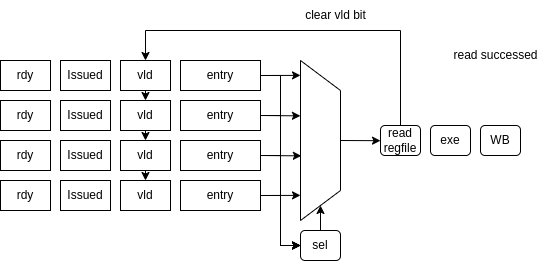
Earlier version of the draw.io export doc/RS.drawio.png (tastynoob/aura-core). Source tidied: cells renumbered, new cells last; positions are measured from the earlier drawing's top-left corner, leaving out a move shared by most shapes.
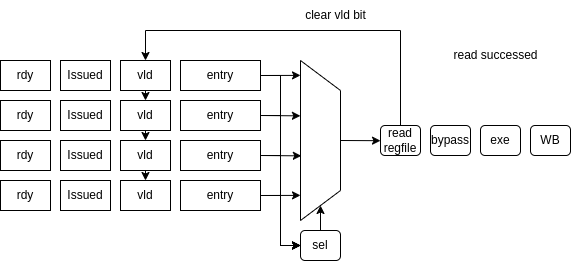
The same file after the commit.

What changed in the source:
```diff
@@ -84,10 +84,10 @@
       <mxGeometry x="380" y="125" width="40" height="30" as="geometry" />
     </mxCell>
     <mxCell id="20" value="exe" style="rounded=1;whiteSpace=wrap;html=1;" parent="1" vertex="1">
-      <mxGeometry x="430" y="125" width="40" height="30" as="geometry" />
+      <mxGeometry x="480" y="125" width="40" height="30" as="geometry" />
     </mxCell>
     <mxCell id="21" value="WB" style="rounded=1;whiteSpace=wrap;html=1;" parent="1" vertex="1">
-      <mxGeometry x="480" y="125" width="40" height="30" as="geometry" />
+      <mxGeometry x="530" y="125" width="40" height="30" as="geometry" />
     </mxCell>
     <mxCell id="22" value="Issued" style="rounded=0;whiteSpace=wrap;html=1;" parent="1" vertex="1">
       <mxGeometry x="60" y="60" width="50" height="30" as="geometry" />
@@ -140,5 +140,8 @@
     <mxCell id="38" value="read successed" style="text;html=1;align=center;verticalAlign=middle;strokeColor=none;fillColor=none;" parent="1" vertex="1">
       <mxGeometry x="440" y="40" width="110" height="30" as="geometry" />
     </mxCell>
+    <mxCell id="39" value="bypass" style="rounded=1;whiteSpace=wrap;html=1;" parent="1" vertex="1">
+      <mxGeometry x="430" y="125" width="40" height="30" as="geometry" />
+    </mxCell>
   </root>
 </mxGraphModel>
```
